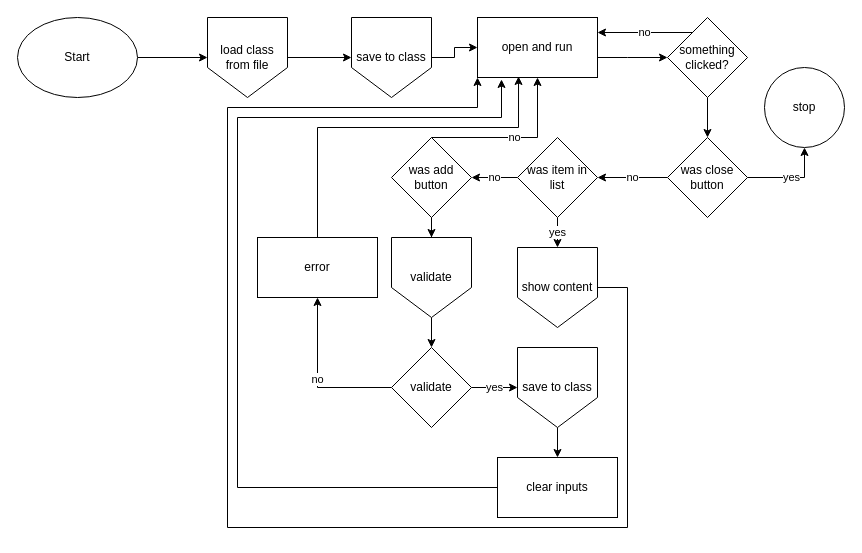
Before: .github/Refferences/flowchart.drawio in NPITX-programs/AdressBook, a draw.io diagram. Source tidied: cells renumbered, new cells numbered last; positions are measured from the earlier drawing's top-left corner, leaving out a move shared by most shapes. Both pictures are drawn from the tidied source at 100%, with x=0, y=0 at pixel (17, 17).
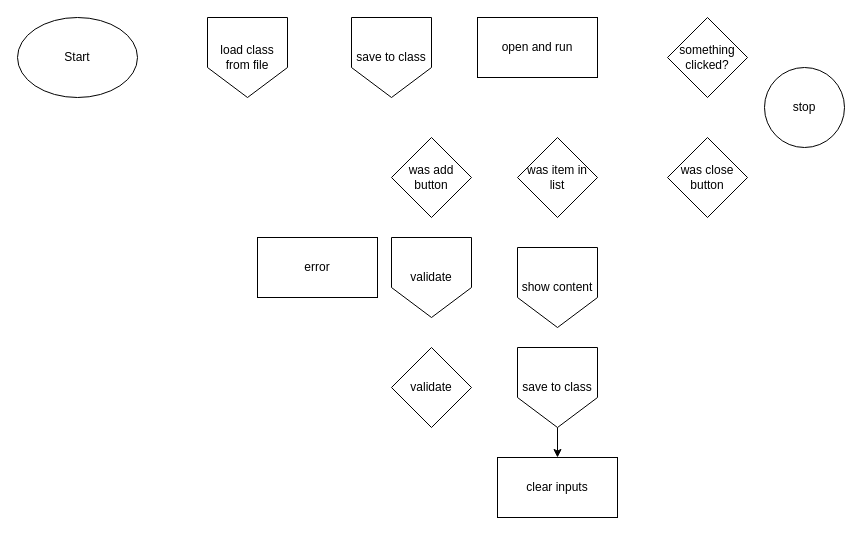
After the change.

Commit message:
remove all arrows

remove arrows so better spaceing can be done.

Unchanged cells that the change refers to:
```xml
<mxCell id="3" value="Start" style="ellipse;whiteSpace=wrap;html=1;" parent="1" vertex="1">
  <mxGeometry width="120" height="80" as="geometry" />
</mxCell>
<mxCell id="5" value="load class from file" style="shape=offPageConnector;whiteSpace=wrap;html=1;" parent="1" vertex="1">
  <mxGeometry x="190" width="80" height="80" as="geometry" />
</mxCell>
<mxCell id="7" value="save to class" style="shape=offPageConnector;whiteSpace=wrap;html=1;" parent="1" vertex="1">
  <mxGeometry x="334" width="80" height="80" as="geometry" />
</mxCell>
<mxCell id="9" value="open and run" style="rounded=0;whiteSpace=wrap;html=1;" parent="1" vertex="1">
  <mxGeometry x="460" width="120" height="60" as="geometry" />
</mxCell>
<mxCell id="12" value="was close button" style="rhombus;whiteSpace=wrap;html=1;" parent="1" vertex="1">
  <mxGeometry x="650" y="120" width="80" height="80" as="geometry" />
</mxCell>
<mxCell id="15" value="something clicked?" style="rhombus;whiteSpace=wrap;html=1;" parent="1" vertex="1">
  <mxGeometry x="650" width="80" height="80" as="geometry" />
</mxCell>
<mxCell id="16" value="stop" style="ellipse;whiteSpace=wrap;html=1;" parent="1" vertex="1">
  <mxGeometry x="747" y="50" width="80" height="80" as="geometry" />
</mxCell>
<mxCell id="19" value="was item in list" style="rhombus;whiteSpace=wrap;html=1;" parent="1" vertex="1">
  <mxGeometry x="500" y="120" width="80" height="80" as="geometry" />
</mxCell>
<mxCell id="21" value="show content" style="shape=offPageConnector;whiteSpace=wrap;html=1;" parent="1" vertex="1">
  <mxGeometry x="500" y="230" width="80" height="80" as="geometry" />
</mxCell>
<mxCell id="24" value="was add button" style="rhombus;whiteSpace=wrap;html=1;" parent="1" vertex="1">
  <mxGeometry x="374" y="120" width="80" height="80" as="geometry" />
</mxCell>
<mxCell id="26" value="validate" style="shape=offPageConnector;whiteSpace=wrap;html=1;" parent="1" vertex="1">
  <mxGeometry x="374" y="220" width="80" height="80" as="geometry" />
</mxCell>
<mxCell id="29" value="validate" style="rhombus;whiteSpace=wrap;html=1;" parent="1" vertex="1">
  <mxGeometry x="374" y="330" width="80" height="80" as="geometry" />
</mxCell>
<mxCell id="31" value="save to class" style="shape=offPageConnector;whiteSpace=wrap;html=1;" parent="1" vertex="1">
  <mxGeometry x="500" y="330" width="80" height="80" as="geometry" />
</mxCell>
<mxCell id="33" value="clear inputs" style="rounded=0;whiteSpace=wrap;html=1;" parent="1" vertex="1">
  <mxGeometry x="480" y="440" width="120" height="60" as="geometry" />
</mxCell>
<mxCell id="35" value="error" style="rounded=0;whiteSpace=wrap;html=1;" parent="1" vertex="1">
  <mxGeometry x="240" y="220" width="120" height="60" as="geometry" />
</mxCell>
```

Change to the diagram source:
```diff
@@
-    <mxCell id="2" style="edgeStyle=orthogonalEdgeStyle;rounded=0;jettySize=auto;html=1;" parent="1" edge="1" source="3" target="5">
-      <mxGeometry relative="1" as="geometry" />
-    </mxCell>
@@
-    <mxCell id="4" style="edgeStyle=orthogonalEdgeStyle;rounded=0;jettySize=auto;html=1;" parent="1" edge="1" source="5" target="7">
-      <mxGeometry relative="1" as="geometry" />
-    </mxCell>
@@
-    <mxCell id="6" style="edgeStyle=orthogonalEdgeStyle;rounded=0;jettySize=auto;html=1;" parent="1" edge="1" source="7" target="9">
-      <mxGeometry relative="1" as="geometry" />
-    </mxCell>
@@
-    <mxCell id="8" style="edgeStyle=orthogonalEdgeStyle;rounded=0;jettySize=auto;html=1;" parent="1" edge="1" source="9" target="15">
-      <mxGeometry relative="1" as="geometry">
-        <Array as="points">
-          <mxPoint x="610" y="40" />
-          <mxPoint x="610" y="40" />
-        </Array>
-      </mxGeometry>
-    </mxCell>
@@
-    <mxCell id="10" value="yes" style="edgeStyle=orthogonalEdgeStyle;rounded=0;jettySize=auto;html=1;entryX=0.5;entryY=1;entryDx=0;entryDy=0;" parent="1" edge="1" source="12" target="16">
-      <mxGeometry relative="1" as="geometry" />
-    </mxCell>
-    <mxCell id="11" value="no" style="edgeStyle=orthogonalEdgeStyle;rounded=0;jettySize=auto;html=1;" parent="1" edge="1" source="12" target="19">
-      <mxGeometry relative="1" as="geometry" />
-    </mxCell>
@@
-    <mxCell id="13" value="no" style="edgeStyle=orthogonalEdgeStyle;rounded=0;jettySize=auto;html=1;entryX=1;entryY=0.25;entryDx=0;entryDy=0;" parent="1" edge="1" source="15" target="9">
-      <mxGeometry relative="1" as="geometry">
-        <Array as="points">
-          <mxPoint x="660" y="15" />
-          <mxPoint x="660" y="15" />
-        </Array>
-      </mxGeometry>
-    </mxCell>
-    <mxCell id="14" style="edgeStyle=orthogonalEdgeStyle;rounded=0;jettySize=auto;html=1;" parent="1" edge="1" source="15" target="12">
-      <mxGeometry relative="1" as="geometry" />
-    </mxCell>
@@
-    <mxCell id="17" value="yes" style="edgeStyle=orthogonalEdgeStyle;rounded=0;jettySize=auto;html=1;" parent="1" edge="1" source="19" target="21">
-      <mxGeometry relative="1" as="geometry" />
-    </mxCell>
-    <mxCell id="18" value="no" style="edgeStyle=orthogonalEdgeStyle;rounded=0;jettySize=auto;html=1;" parent="1" edge="1" source="19" target="24">
-      <mxGeometry relative="1" as="geometry" />
-    </mxCell>
@@
-    <mxCell id="20" style="edgeStyle=orthogonalEdgeStyle;rounded=0;jettySize=auto;html=1;entryX=0;entryY=1;entryDx=0;entryDy=0;" parent="1" edge="1" source="21" target="9">
-      <mxGeometry relative="1" as="geometry">
-        <Array as="points">
-          <mxPoint x="610" y="270" />
-          <mxPoint x="610" y="510" />
-          <mxPoint x="210" y="510" />
-          <mxPoint x="210" y="90" />
-          <mxPoint x="460" y="90" />
-        </Array>
-      </mxGeometry>
-    </mxCell>
@@
-    <mxCell id="22" style="edgeStyle=orthogonalEdgeStyle;rounded=0;jettySize=auto;html=1;" parent="1" edge="1" source="24" target="26">
-      <mxGeometry relative="1" as="geometry" />
-    </mxCell>
-    <mxCell id="23" value="no" style="edgeStyle=orthogonalEdgeStyle;rounded=0;jettySize=auto;html=1;entryX=0.5;entryY=1;entryDx=0;entryDy=0;" parent="1" edge="1" source="24" target="9">
-      <mxGeometry relative="1" as="geometry">
-        <Array as="points">
-          <mxPoint x="520" y="120" />
-        </Array>
-      </mxGeometry>
-    </mxCell>
@@
-    <mxCell id="25" style="edgeStyle=orthogonalEdgeStyle;rounded=0;jettySize=auto;html=1;" parent="1" edge="1" source="26" target="29">
-      <mxGeometry relative="1" as="geometry" />
-    </mxCell>
@@
-    <mxCell id="27" value="yes" style="edgeStyle=orthogonalEdgeStyle;rounded=0;jettySize=auto;html=1;" parent="1" edge="1" source="29" target="31">
-      <mxGeometry relative="1" as="geometry" />
-    </mxCell>
-    <mxCell id="28" value="no" style="edgeStyle=orthogonalEdgeStyle;rounded=0;jettySize=auto;html=1;entryX=0.5;entryY=1;entryDx=0;entryDy=0;" parent="1" edge="1" source="29" target="35">
-      <mxGeometry relative="1" as="geometry" />
-    </mxCell>
@@
-    <mxCell id="32" style="edgeStyle=orthogonalEdgeStyle;rounded=0;jettySize=auto;html=1;entryX=0.2;entryY=1.033;entryDx=0;entryDy=0;entryPerimeter=0;" parent="1" edge="1" source="33" target="9">
-      <mxGeometry relative="1" as="geometry">
-        <Array as="points">
-          <mxPoint x="220" y="470" />
-          <mxPoint x="220" y="100" />
-          <mxPoint x="484" y="100" />
-        </Array>
-      </mxGeometry>
-    </mxCell>
@@
-    <mxCell id="34" style="edgeStyle=orthogonalEdgeStyle;rounded=0;jettySize=auto;html=1;entryX=0.342;entryY=0.983;entryDx=0;entryDy=0;entryPerimeter=0;" parent="1" edge="1" source="35" target="9">
-      <mxGeometry relative="1" as="geometry">
-        <Array as="points">
-          <mxPoint x="300" y="110" />
-          <mxPoint x="501" y="110" />
-        </Array>
-      </mxGeometry>
-    </mxCell>
```
